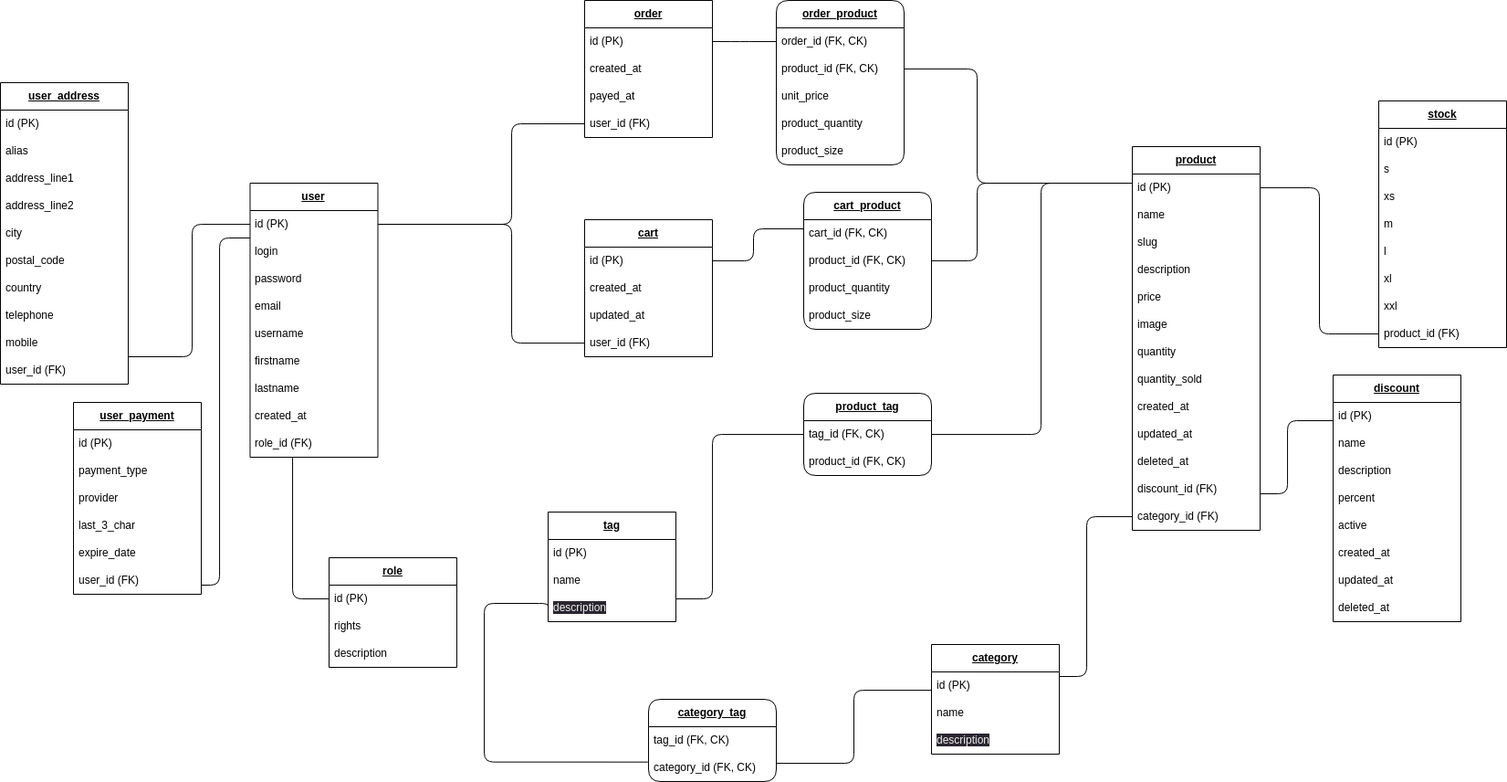
Above: resources/mld.png in felix-hauger/boutique-en-ligne (draw.io), before the change. Source tidied: cells renumbered, new cells last; positions are measured from the earlier drawing's top-left corner, leaving out a move shared by most shapes.
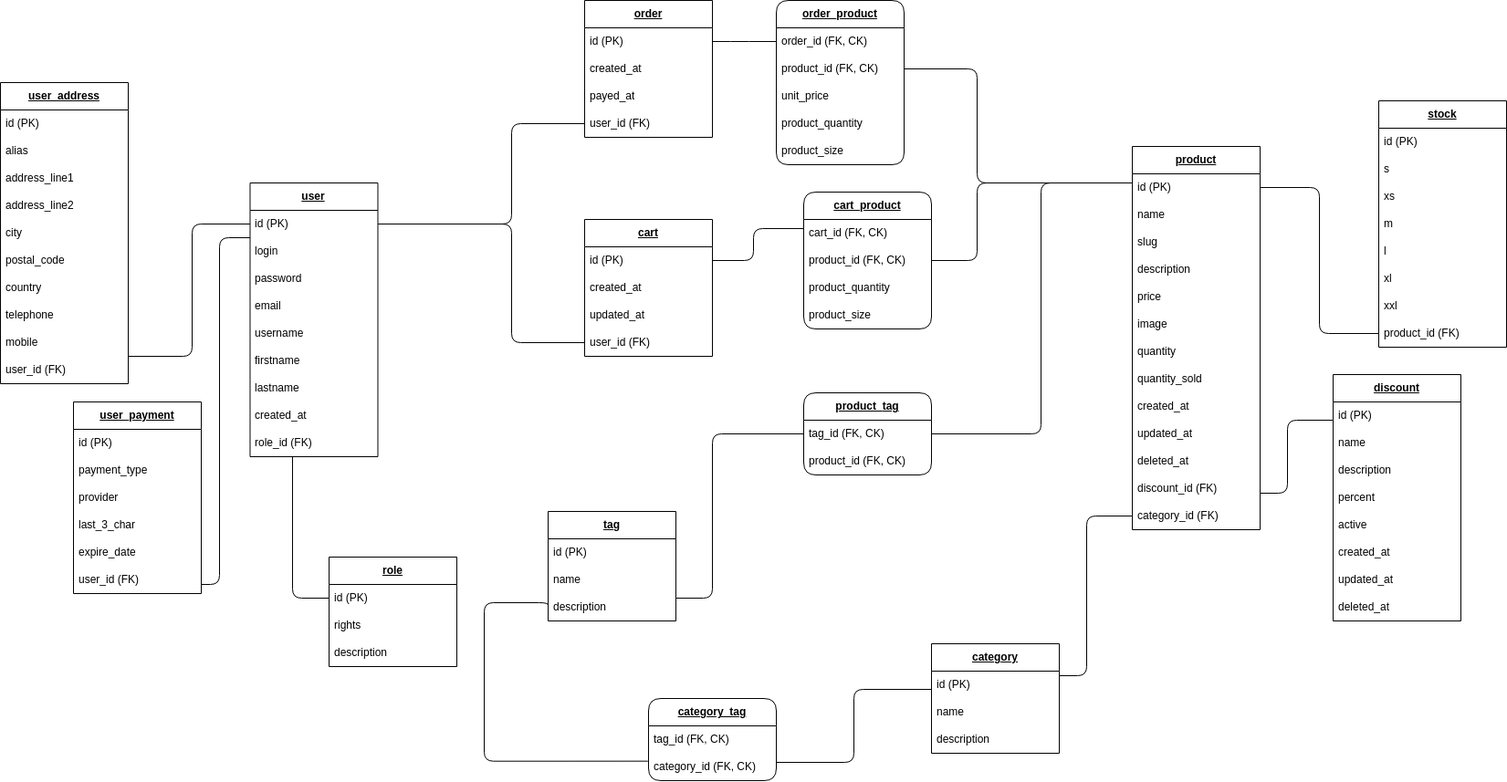
Above is the later version.

Change to the diagram source:
```diff
@@ -112,9 +112,9 @@
     <mxCell id="33" value="name" style="text;strokeColor=none;fillColor=none;align=left;verticalAlign=middle;spacingLeft=4;spacingRight=4;overflow=hidden;whiteSpace=wrap;html=1;" parent="31" vertex="1">
       <mxGeometry y="60" width="140" height="30" as="geometry" />
     </mxCell>
-    <mxCell id="34" value="&lt;span style=&quot;color: rgb(240, 240, 240); font-family: Helvetica; font-size: 12px; font-style: normal; font-variant-ligatures: normal; font-variant-caps: normal; font-weight: 400; letter-spacing: normal; orphans: 2; text-align: left; text-indent: 0px; text-transform: none; widows: 2; word-spacing: 0px; -webkit-text-stroke-width: 0px; background-color: rgb(42, 37, 47); text-decoration-thickness: initial; text-decoration-style: initial; text-decoration-color: initial; float: none; display: inline !important;&quot;&gt;description&lt;/span&gt;" style="text;strokeColor=none;fillColor=none;align=left;verticalAlign=middle;spacingLeft=4;spacingRight=4;overflow=hidden;whiteSpace=wrap;html=1;" parent="31" vertex="1">
-      <mxGeometry y="90" width="140" height="30" as="geometry" />
-    </mxCell>
+    <mxCell id="121" value="description" style="text;strokeColor=none;fillColor=none;align=left;verticalAlign=middle;spacingLeft=4;spacingRight=4;overflow=hidden;whiteSpace=wrap;html=1;" parent="31" vertex="1">
+      <mxGeometry y="90" width="140" height="30" as="geometry" />
+    </mxCell>
     <mxCell id="35" style="group;" parent="1" vertex="1">
       <mxGeometry x="600" y="530" width="140" height="150" as="geometry" />
     </mxCell>
@@ -130,9 +130,9 @@
     <mxCell id="39" value="name" style="text;strokeColor=none;fillColor=none;align=left;verticalAlign=middle;spacingLeft=4;spacingRight=4;overflow=hidden;whiteSpace=wrap;html=1;" parent="37" vertex="1">
       <mxGeometry y="60" width="140" height="30" as="geometry" />
     </mxCell>
-    <mxCell id="40" value="&lt;span style=&quot;color: rgb(240, 240, 240); font-family: Helvetica; font-size: 12px; font-style: normal; font-variant-ligatures: normal; font-variant-caps: normal; font-weight: 400; letter-spacing: normal; orphans: 2; text-align: left; text-indent: 0px; text-transform: none; widows: 2; word-spacing: 0px; -webkit-text-stroke-width: 0px; background-color: rgb(42, 37, 47); text-decoration-thickness: initial; text-decoration-style: initial; text-decoration-color: initial; float: none; display: inline !important;&quot;&gt;description&lt;/span&gt;" style="text;strokeColor=none;fillColor=none;align=left;verticalAlign=middle;spacingLeft=4;spacingRight=4;overflow=hidden;points=[[0,0.5],[1,0.5]];portConstraint=eastwest;whiteSpace=wrap;html=1;" parent="37" vertex="1">
-      <mxGeometry y="90" width="140" height="30" as="geometry" />
-    </mxCell>
+    <mxCell id="122" value="description" style="text;strokeColor=none;fillColor=none;align=left;verticalAlign=middle;spacingLeft=4;spacingRight=4;overflow=hidden;whiteSpace=wrap;html=1;" parent="37" vertex="1">
+      <mxGeometry y="90" width="140" height="30" as="geometry" />
+    </mxCell>
     <mxCell id="41" style="edgeStyle=orthogonalEdgeStyle;rounded=1;html=1;strokeColor=default;startArrow=none;endArrow=none;endFill=0;" parent="1" edge="1" source="110" target="32">
       <mxGeometry relative="1" as="geometry">
         <Array as="points">
@@ -385,8 +385,9 @@
     <mxCell id="106" value="product_id (FK, CK)" style="text;strokeColor=none;fillColor=none;align=left;verticalAlign=middle;spacingLeft=4;spacingRight=4;overflow=hidden;whiteSpace=wrap;html=1;" parent="104" vertex="1">
       <mxGeometry y="60" width="140" height="30" as="geometry" />
     </mxCell>
-    <mxCell id="107" style="edgeStyle=orthogonalEdgeStyle;rounded=1;html=1;strokeColor=default;endArrow=none;exitX=0;exitY=0.5;exitDx=0;exitDy=0;entryX=-0.005;entryY=0.289;entryDx=0;entryDy=0;entryPerimeter=0;" parent="1" edge="1" source="40" target="110">
+    <mxCell id="107" style="edgeStyle=orthogonalEdgeStyle;rounded=1;html=1;strokeColor=default;endArrow=none;exitX=0;exitY=0.5;exitDx=0;exitDy=0;entryX=-0.005;entryY=0.289;entryDx=0;entryDy=0;entryPerimeter=0;" parent="1" edge="1" target="110">
       <mxGeometry relative="1" as="geometry">
+        <mxPoint x="600" y="665" as="sourcePoint" />
         <Array as="points">
           <mxPoint x="600" y="660" />
           <mxPoint x="530" y="660" />
```
